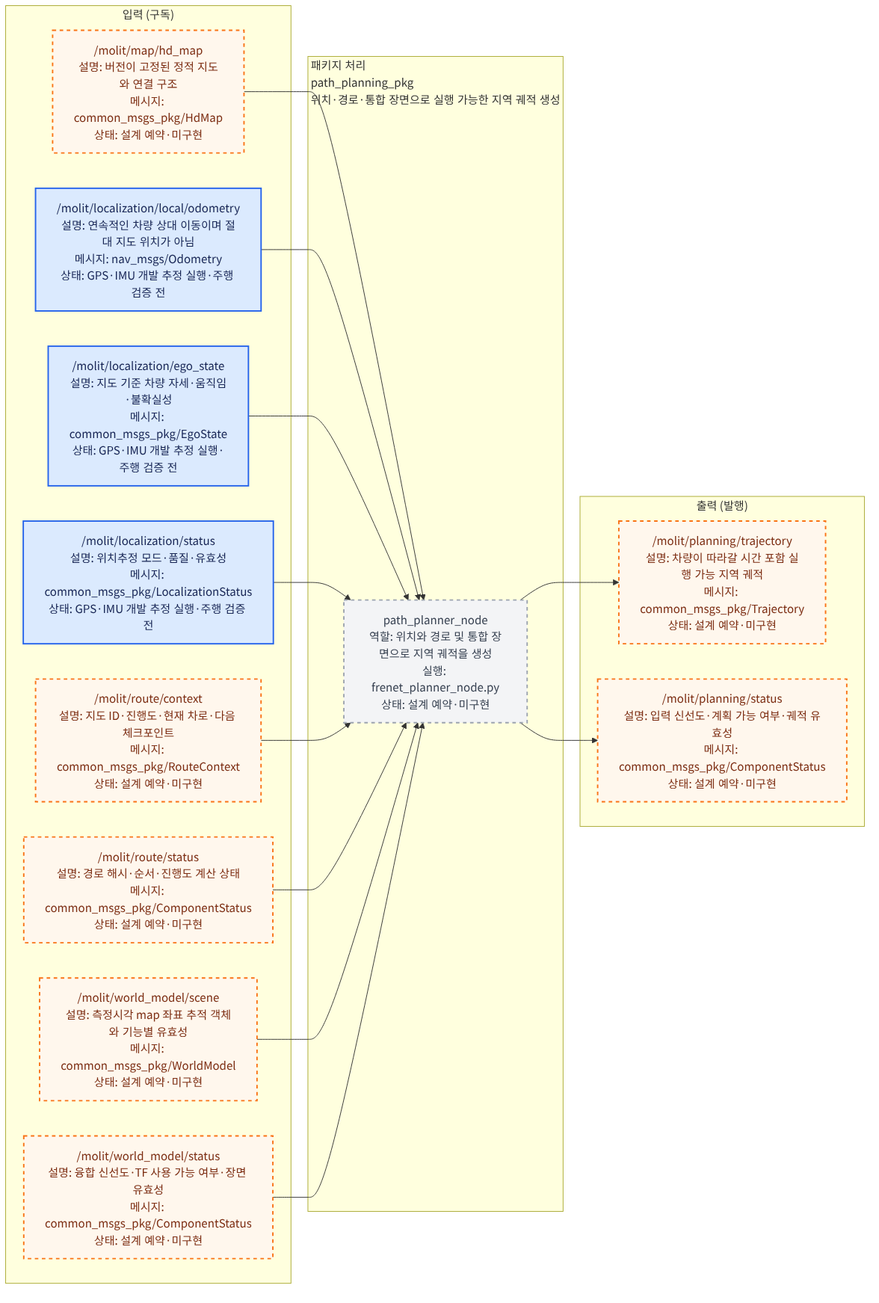
Team-Stier/Morai_Sim_team2 keeps this Mermaid diagram as src/path_planning_pkg/docs/interface_io.png. Above is the earlier version. Its source is kept beside it as src/path_planning_pkg/docs/interface_io.mmd. Source of this version:
```mermaid
flowchart LR
    classDef liveNode fill:#dcfce7,color:#14532d,stroke:#16a34a,stroke-width:2px;
    classDef reservedNode fill:#f3f4f6,color:#374151,stroke:#9ca3af,stroke-width:2px,stroke-dasharray: 5 5;
    classDef liveTopic fill:#dbeafe,color:#172554,stroke:#2563eb,stroke-width:2px;
    classDef reservedTopic fill:#fff7ed,color:#7c2d12,stroke:#f97316,stroke-width:2px,stroke-dasharray: 5 5;
    classDef emptyPort fill:#ffffff,color:#6b7280,stroke:#d1d5db,stroke-dasharray: 3 3;
    classDef externalEndpoint fill:#f3e8ff,color:#581c87,stroke:#9333ea,stroke-width:3px;

    subgraph INPUTS["입력 (구독)"]
        input_000["/molit/map/hd_map<br/>설명: 버전이 고정된 정적 지도와 연결 구조<br/>메시지: common_msgs_pkg/HdMap<br/>상태: 설계 예약·미구현"]
        input_001["/molit/localization/local/odometry<br/>설명: 연속적인 차량 상대 이동이며 절대 지도 위치가 아님<br/>메시지: nav_msgs/Odometry<br/>상태: GPS·IMU 개발 추정 실행·주행 검증 전"]
        input_002["/molit/localization/ego_state<br/>설명: 지도 기준 차량 자세·움직임·불확실성<br/>메시지: common_msgs_pkg/EgoState<br/>상태: GPS·IMU 개발 추정 실행·주행 검증 전"]
        input_003["/molit/localization/status<br/>설명: 위치추정 모드·품질·유효성<br/>메시지: common_msgs_pkg/LocalizationStatus<br/>상태: GPS·IMU 개발 추정 실행·주행 검증 전"]
        input_004["/molit/route/context<br/>설명: 지도 ID·진행도·현재 차로·다음 체크포인트<br/>메시지: common_msgs_pkg/RouteContext<br/>상태: 설계 예약·미구현"]
        input_005["/molit/route/status<br/>설명: 경로 해시·순서·진행도 계산 상태<br/>메시지: common_msgs_pkg/ComponentStatus<br/>상태: 설계 예약·미구현"]
        input_006["/molit/world_model/scene<br/>설명: 측정시각 map 좌표 추적 객체와 기능별 유효성<br/>메시지: common_msgs_pkg/WorldModel<br/>상태: 설계 예약·미구현"]
        input_007["/molit/world_model/status<br/>설명: 융합 신선도·TF 사용 가능 여부·장면 유효성<br/>메시지: common_msgs_pkg/ComponentStatus<br/>상태: 설계 예약·미구현"]
    end
    subgraph PACKAGE["패키지 처리<br/>path_planning_pkg<br/>위치·경로·통합 장면으로 실행 가능한 지역 궤적 생성"]
        local_node_000["path_planner_node<br/>역할: 위치와 경로 및 통합 장면으로 지역 궤적을 생성<br/>실행: frenet_planner_node.py<br/>상태: 설계 예약·미구현"]
    end
    subgraph OUTPUTS["출력 (발행)"]
        output_000["/molit/planning/trajectory<br/>설명: 차량이 따라갈 시간 포함 실행 가능 지역 궤적<br/>메시지: common_msgs_pkg/Trajectory<br/>상태: 설계 예약·미구현"]
        output_001["/molit/planning/status<br/>설명: 입력 신선도·계획 가능 여부·궤적 유효성<br/>메시지: common_msgs_pkg/ComponentStatus<br/>상태: 설계 예약·미구현"]
    end

    input_000 --> local_node_000
    input_001 --> local_node_000
    input_002 --> local_node_000
    input_003 --> local_node_000
    input_004 --> local_node_000
    input_005 --> local_node_000
    input_006 --> local_node_000
    input_007 --> local_node_000
    local_node_000 --> output_000
    local_node_000 --> output_001

    class local_node_000 reservedNode;
    class input_000 reservedTopic;
    class input_001 liveTopic;
    class input_002 liveTopic;
    class input_003 liveTopic;
    class input_004 reservedTopic;
    class input_005 reservedTopic;
    class input_006 reservedTopic;
    class input_007 reservedTopic;
    class output_000 reservedTopic;
    class output_001 reservedTopic;
```
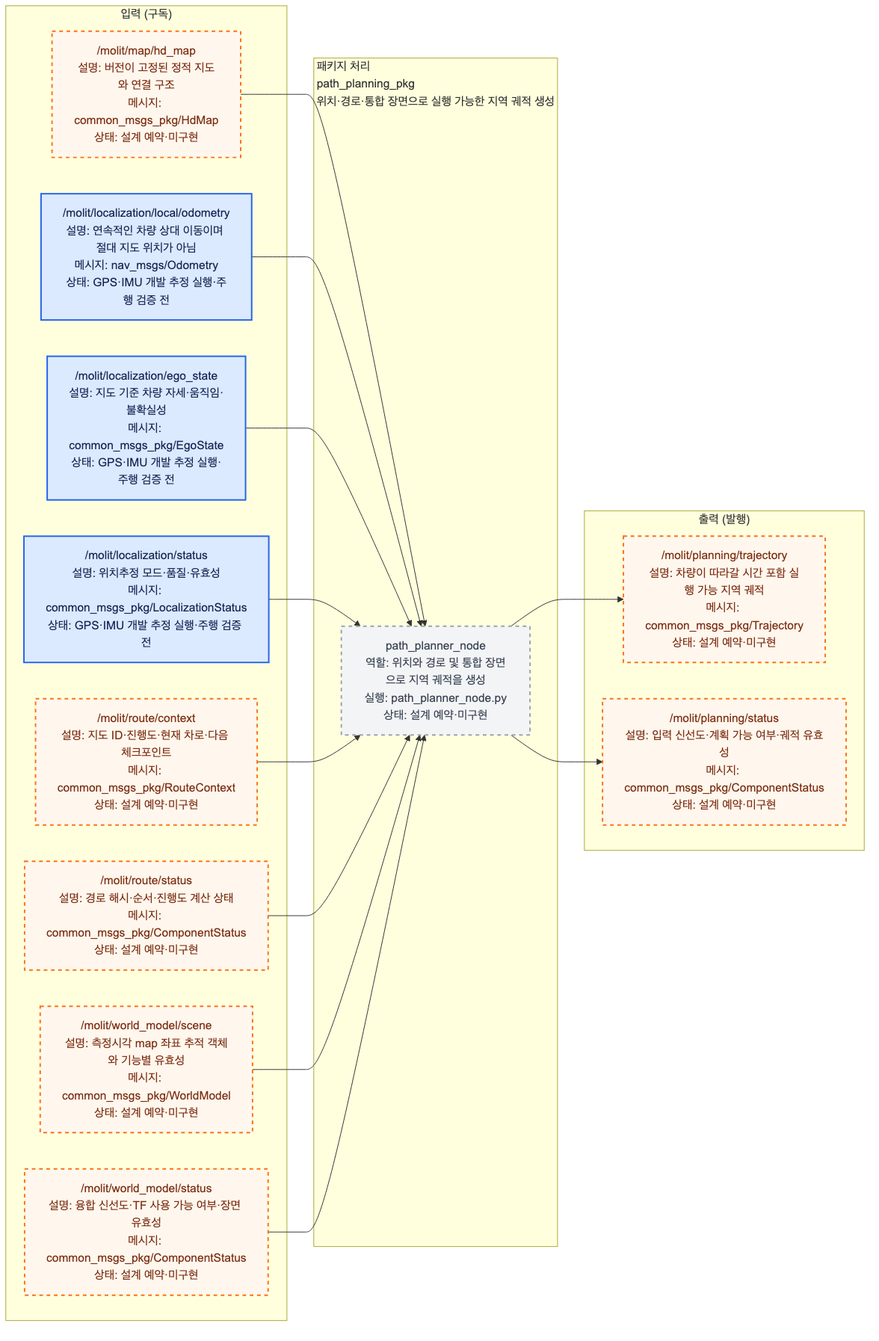
The same diagram one commit later.

Change to the diagram source:
```diff
@@ -17,7 +17,7 @@
         input_007["/molit/world_model/status<br/>설명: 융합 신선도·TF 사용 가능 여부·장면 유효성<br/>메시지: common_msgs_pkg/ComponentStatus<br/>상태: 설계 예약·미구현"]
     end
     subgraph PACKAGE["패키지 처리<br/>path_planning_pkg<br/>위치·경로·통합 장면으로 실행 가능한 지역 궤적 생성"]
-        local_node_000["path_planner_node<br/>역할: 위치와 경로 및 통합 장면으로 지역 궤적을 생성<br/>실행: frenet_planner_node.py<br/>상태: 설계 예약·미구현"]
+        local_node_000["path_planner_node<br/>역할: 위치와 경로 및 통합 장면으로 지역 궤적을 생성<br/>실행: path_planner_node.py<br/>상태: 설계 예약·미구현"]
     end
     subgraph OUTPUTS["출력 (발행)"]
         output_000["/molit/planning/trajectory<br/>설명: 차량이 따라갈 시간 포함 실행 가능 지역 궤적<br/>메시지: common_msgs_pkg/Trajectory<br/>상태: 설계 예약·미구현"]
```
